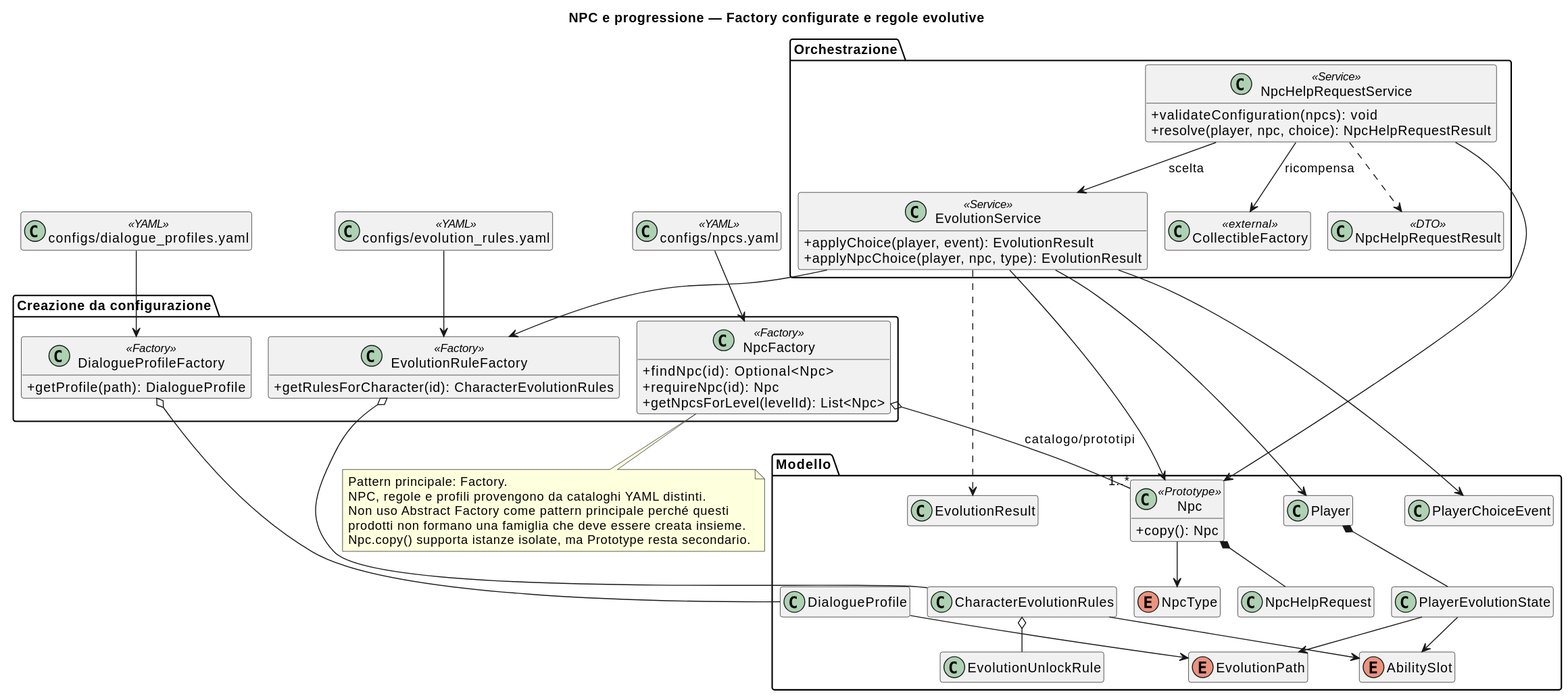
Earlier version of the PlantUML export docs/diagrams/systems/04-npc-progression.svg (pcodez99/progetto-ISS-2025-2026). Its diagram source:
```plantuml
@startuml
!pragma layout smetana
title NPC e progressione — Factory configurate e regole evolutive

skinparam classAttributeIconSize 0
hide empty members

class "configs/npcs.yaml" as NpcYaml <<YAML>>
class "configs/evolution_rules.yaml" as EvolutionYaml <<YAML>>
class "configs/dialogue_profiles.yaml" as ProfileYaml <<YAML>>

package "Creazione da configurazione" {
  class NpcFactory <<Factory>> {
    + findNpc(id): Optional<Npc>
    + requireNpc(id): Npc
    + getNpcsForLevel(levelId): List<Npc>
  }
  class EvolutionRuleFactory <<Factory>> {
    + getRulesForCharacter(id): CharacterEvolutionRules
  }
  class DialogueProfileFactory <<Factory>> {
    + getProfile(path): DialogueProfile
  }
}

package "Modello" {
  class Npc <<Prototype>> {
    + copy(): Npc
  }
  enum NpcType
  class NpcHelpRequest
  class CharacterEvolutionRules
  class EvolutionUnlockRule
  class DialogueProfile
  enum EvolutionPath
  enum AbilitySlot
  class Player
  class PlayerEvolutionState
  class PlayerChoiceEvent
  class EvolutionResult
}

package "Orchestrazione" {
  class NpcHelpRequestService <<Service>> {
    + validateConfiguration(npcs): void
    + resolve(player, npc, choice): NpcHelpRequestResult
  }
  class EvolutionService <<Service>> {
    + applyChoice(player, event): EvolutionResult
    + applyNpcChoice(player, npc, type): EvolutionResult
  }
  class CollectibleFactory <<external>>
  class NpcHelpRequestResult <<DTO>>
}

NpcYaml --> NpcFactory
EvolutionYaml --> EvolutionRuleFactory
ProfileYaml --> DialogueProfileFactory

NpcFactory o-- "1..*" Npc : catalogo/prototipi
Npc --> NpcType
Npc *-- NpcHelpRequest
EvolutionRuleFactory o-- CharacterEvolutionRules
CharacterEvolutionRules o-- EvolutionUnlockRule
CharacterEvolutionRules --> AbilitySlot
DialogueProfileFactory o-- DialogueProfile
DialogueProfile --> EvolutionPath

NpcHelpRequestService --> CollectibleFactory : ricompensa
NpcHelpRequestService --> EvolutionService : scelta
NpcHelpRequestService --> Npc
NpcHelpRequestService ..> NpcHelpRequestResult
EvolutionService --> EvolutionRuleFactory
EvolutionService --> PlayerChoiceEvent
EvolutionService --> Player
EvolutionService --> Npc
EvolutionService ..> EvolutionResult
Player *-- PlayerEvolutionState
PlayerEvolutionState --> EvolutionPath
PlayerEvolutionState --> AbilitySlot

note bottom of NpcFactory
Pattern principale: Factory.
NPC, regole e profili provengono da cataloghi YAML distinti.
Non uso Abstract Factory come pattern principale perché questi
prodotti non formano una famiglia che deve essere creata insieme.
Npc.copy() supporta istanze isolate, ma Prototype resta secondario.
end note
@enduml
```
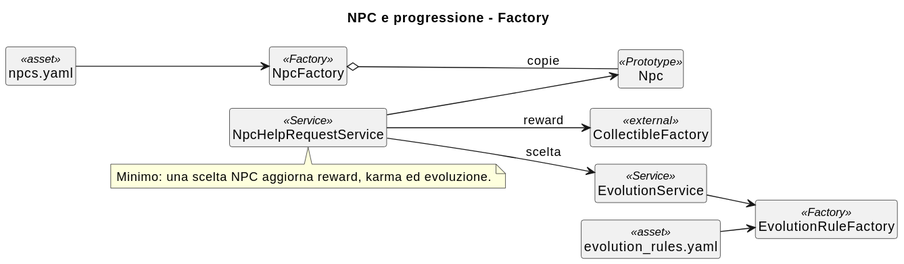
After the change.

The edit, as a diff of the source:
```diff
@@ -1,89 +1,30 @@
 @startuml
 !pragma layout smetana
-title NPC e progressione — Factory configurate e regole evolutive
+title NPC e progressione - Factory
 
+left to right direction
 skinparam classAttributeIconSize 0
 hide empty members
+hide circle
 
-class "configs/npcs.yaml" as NpcYaml <<YAML>>
-class "configs/evolution_rules.yaml" as EvolutionYaml <<YAML>>
-class "configs/dialogue_profiles.yaml" as ProfileYaml <<YAML>>
-
-package "Creazione da configurazione" {
-  class NpcFactory <<Factory>> {
-    + findNpc(id): Optional<Npc>
-    + requireNpc(id): Npc
-    + getNpcsForLevel(levelId): List<Npc>
-  }
-  class EvolutionRuleFactory <<Factory>> {
-    + getRulesForCharacter(id): CharacterEvolutionRules
-  }
-  class DialogueProfileFactory <<Factory>> {
-    + getProfile(path): DialogueProfile
-  }
-}
-
-package "Modello" {
-  class Npc <<Prototype>> {
-    + copy(): Npc
-  }
-  enum NpcType
-  class NpcHelpRequest
-  class CharacterEvolutionRules
-  class EvolutionUnlockRule
-  class DialogueProfile
-  enum EvolutionPath
-  enum AbilitySlot
-  class Player
-  class PlayerEvolutionState
-  class PlayerChoiceEvent
-  class EvolutionResult
-}
-
-package "Orchestrazione" {
-  class NpcHelpRequestService <<Service>> {
-    + validateConfiguration(npcs): void
-    + resolve(player, npc, choice): NpcHelpRequestResult
-  }
-  class EvolutionService <<Service>> {
-    + applyChoice(player, event): EvolutionResult
-    + applyNpcChoice(player, npc, type): EvolutionResult
-  }
-  class CollectibleFactory <<external>>
-  class NpcHelpRequestResult <<DTO>>
-}
+class "npcs.yaml" as NpcYaml <<asset>>
+class "evolution_rules.yaml" as EvolutionYaml <<asset>>
+class NpcFactory <<Factory>>
+class Npc <<Prototype>>
+class NpcHelpRequestService <<Service>>
+class CollectibleFactory <<external>>
+class EvolutionService <<Service>>
+class EvolutionRuleFactory <<Factory>>
 
 NpcYaml --> NpcFactory
+NpcFactory o-- Npc : copie
+NpcHelpRequestService --> Npc
+NpcHelpRequestService --> CollectibleFactory : reward
+NpcHelpRequestService --> EvolutionService : scelta
 EvolutionYaml --> EvolutionRuleFactory
-ProfileYaml --> DialogueProfileFactory
+EvolutionService --> EvolutionRuleFactory
 
-NpcFactory o-- "1..*" Npc : catalogo/prototipi
-Npc --> NpcType
-Npc *-- NpcHelpRequest
-EvolutionRuleFactory o-- CharacterEvolutionRules
-CharacterEvolutionRules o-- EvolutionUnlockRule
-CharacterEvolutionRules --> AbilitySlot
-DialogueProfileFactory o-- DialogueProfile
-DialogueProfile --> EvolutionPath
-
-NpcHelpRequestService --> CollectibleFactory : ricompensa
-NpcHelpRequestService --> EvolutionService : scelta
-NpcHelpRequestService --> Npc
-NpcHelpRequestService ..> NpcHelpRequestResult
-EvolutionService --> EvolutionRuleFactory
-EvolutionService --> PlayerChoiceEvent
-EvolutionService --> Player
-EvolutionService --> Npc
-EvolutionService ..> EvolutionResult
-Player *-- PlayerEvolutionState
-PlayerEvolutionState --> EvolutionPath
-PlayerEvolutionState --> AbilitySlot
-
-note bottom of NpcFactory
-Pattern principale: Factory.
-NPC, regole e profili provengono da cataloghi YAML distinti.
-Non uso Abstract Factory come pattern principale perché questi
-prodotti non formano una famiglia che deve essere creata insieme.
-Npc.copy() supporta istanze isolate, ma Prototype resta secondario.
+note bottom of NpcHelpRequestService
+Minimo: una scelta NPC aggiorna reward, karma ed evoluzione.
 end note
 @enduml
```
